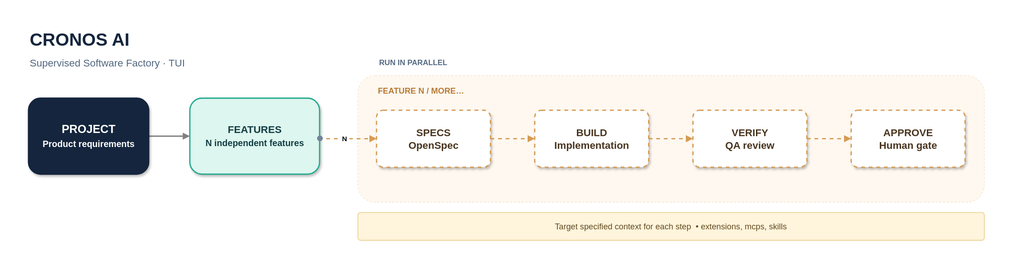
Before: design/workflow.svg, a diagram exported from draw.io (ixdi/cronos-ai). Source tidied: cells renumbered, new cells last; positions are measured from the earlier drawing's top-left corner, leaving out a move shared by most shapes.
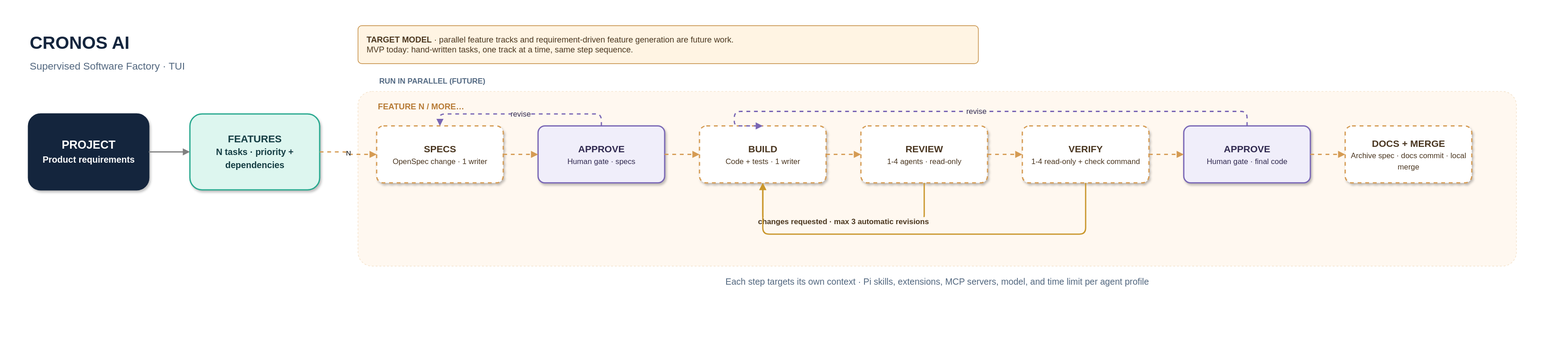
Above is the later version.

The edit, as a diff of the source:
```diff
@@ -6,60 +6,105 @@
       <mxGeometry width="205" height="44" as="geometry" />
     </mxCell>
     <mxCell id="3" value="Supervised Software Factory · TUI" style="text;html=1;strokeColor=none;fillColor=none;align=left;verticalAlign=middle;fontColor=#52677F;fontSize=16;" parent="1" vertex="1">
-      <mxGeometry y="44" width="278" height="30" as="geometry" />
+      <mxGeometry y="44" width="300" height="30" as="geometry" />
     </mxCell>
+    <mxCell id="21" value="&lt;b&gt;TARGET MODEL&lt;/b&gt; · parallel feature tracks and requirement-driven feature generation are future work.&lt;br&gt;MVP today: hand-written tasks, one track at a time, same step sequence." style="rounded=1;arcSize=10;whiteSpace=wrap;html=1;fillColor=#FFF4E3;strokeColor=#C38A3E;fontColor=#4B371F;fontSize=13;align=left;spacingLeft=12;" parent="1" vertex="1">
+      <mxGeometry x="520" y="-5" width="980" height="60" as="geometry" />
+    </mxCell>
-    <mxCell id="4" value="RUN IN PARALLEL" style="text;html=1;strokeColor=none;fillColor=none;align=left;verticalAlign=middle;fontColor=#546A83;fontSize=12;fontStyle=1;spacingLeft=2;" parent="1" vertex="1">
-      <mxGeometry x="550" y="45" width="205" height="28" as="geometry" />
+    <mxCell id="4" value="RUN IN PARALLEL (FUTURE)" style="text;html=1;strokeColor=none;fillColor=none;align=left;verticalAlign=middle;fontColor=#546A83;fontSize=12;fontStyle=1;spacingLeft=2;" parent="1" vertex="1">
+      <mxGeometry x="550" y="69" width="260" height="28" as="geometry" />
     </mxCell>
-    <mxCell id="5" style="rounded=1;arcSize=14;whiteSpace=wrap;html=1;fillColor=#FFF8F0;strokeColor=#F4E2CA;strokeWidth=1;dashed=1;" parent="1" vertex="1">
-      <mxGeometry x="520" y="79" width="990" height="200" as="geometry" />
+    <mxCell id="5" style="rounded=1;arcSize=8;whiteSpace=wrap;html=1;fillColor=#FFF8F0;strokeColor=#F4E2CA;strokeWidth=1;dashed=1;" parent="1" vertex="1">
+      <mxGeometry x="520" y="99" width="1830" height="276" as="geometry" />
     </mxCell>
-    <mxCell id="6" style="edgeStyle=orthogonalEdgeStyle;rounded=0;jettySize=auto;html=1;endArrow=block;endFill=1;fillColor=#647687;strokeColor=#808080;strokeWidth=2;" parent="1" edge="1" source="7" target="8">
-      <mxGeometry relative="1" as="geometry" />
-    </mxCell>
     <mxCell id="7" value="PROJECT&lt;br&gt;&lt;font style=&quot;font-size: 14px;&quot;&gt;Product requirements&lt;/font&gt;" style="rounded=1;arcSize=16;whiteSpace=wrap;html=1;fillColor=#14253D;strokeColor=#14253D;strokeWidth=2;fontColor=#FFFFFF;fontSize=18;fontStyle=1;align=center;verticalAlign=middle;spacing=10;shadow=1;" parent="1" vertex="1">
-      <mxGeometry y="115" width="190" height="120" as="geometry" />
+      <mxGeometry y="135" width="190" height="120" as="geometry" />
     </mxCell>
-    <mxCell id="8" value="&lt;font style=&quot;font-size: 16px;&quot;&gt;FEATURES&lt;/font&gt;&lt;br&gt;&lt;font style=&quot;font-size: 14px;&quot;&gt;N independent features&lt;/font&gt;" style="rounded=1;arcSize=16;whiteSpace=wrap;html=1;fillColor=#DDF6EF;strokeColor=#26A88E;strokeWidth=2;fontColor=#143D43;fontSize=17;fontStyle=1;align=center;verticalAlign=middle;spacing=10;shadow=1;" parent="1" vertex="1">
-      <mxGeometry x="255" y="115" width="205" height="120" as="geometry" />
+    <mxCell id="8" value="&lt;font style=&quot;font-size: 16px;&quot;&gt;FEATURES&lt;/font&gt;&lt;br&gt;&lt;font style=&quot;font-size: 14px;&quot;&gt;N tasks · priority + dependencies&lt;/font&gt;" style="rounded=1;arcSize=16;whiteSpace=wrap;html=1;fillColor=#DDF6EF;strokeColor=#26A88E;strokeWidth=2;fontColor=#143D43;fontSize=17;fontStyle=1;align=center;verticalAlign=middle;spacing=10;shadow=1;" parent="1" vertex="1">
+      <mxGeometry x="255" y="135" width="205" height="120" as="geometry" />
     </mxCell>
     <mxCell id="9" value="FEATURE N / MORE…" style="text;html=1;strokeColor=none;fillColor=none;align=left;verticalAlign=middle;fontColor=#B77B36;fontSize=13;fontStyle=1;" parent="1" vertex="1">
-      <mxGeometry x="550" y="91" width="160" height="24" as="geometry" />
+      <mxGeometry x="550" y="111" width="200" height="24" as="geometry" />
     </mxCell>
-    <mxCell id="10" value="SPECS&#10;OpenSpec" style="rounded=1;arcSize=12;whiteSpace=wrap;html=1;fillColor=#FFFFFF;strokeColor=#D59B53;strokeWidth=2;fontColor=#49351F;fontSize=16;fontStyle=1;align=center;verticalAlign=middle;spacing=8;shadow=1;dashed=1;" parent="1" vertex="1">
-      <mxGeometry x="550" y="134" width="180" height="90" as="geometry" />
+    <mxCell id="10" value="SPECS&lt;br&gt;&lt;font style=&quot;font-size: 12px; font-weight: normal;&quot;&gt;OpenSpec change · 1 writer&lt;/font&gt;" style="rounded=1;arcSize=12;whiteSpace=wrap;html=1;fillColor=#FFFFFF;strokeColor=#D59B53;strokeWidth=2;fontColor=#49351F;fontSize=15;fontStyle=1;align=center;verticalAlign=middle;spacing=8;shadow=1;dashed=1;" parent="1" vertex="1">
+      <mxGeometry x="550" y="154" width="200" height="90" as="geometry" />
     </mxCell>
+    <mxCell id="22" value="APPROVE&lt;br&gt;&lt;font style=&quot;font-size: 12px; font-weight: normal;&quot;&gt;Human gate · specs&lt;/font&gt;" style="rounded=1;arcSize=12;whiteSpace=wrap;html=1;fillColor=#F0EEFA;strokeColor=#7966B5;strokeWidth=2;fontColor=#302950;fontSize=15;fontStyle=1;align=center;verticalAlign=middle;spacing=8;shadow=1;" parent="1" vertex="1">
+      <mxGeometry x="805" y="154" width="200" height="90" as="geometry" />
+    </mxCell>
-    <mxCell id="11" value="BUILD&#10;Implementation" style="rounded=1;arcSize=12;whiteSpace=wrap;html=1;fillColor=#FFFFFF;strokeColor=#D59B53;strokeWidth=2;fontColor=#49351F;fontSize=16;fontStyle=1;align=center;verticalAlign=middle;spacing=8;shadow=1;dashed=1;" parent="1" vertex="1">
-      <mxGeometry x="800" y="134" width="180" height="90" as="geometry" />
+    <mxCell id="11" value="BUILD&lt;br&gt;&lt;font style=&quot;font-size: 12px; font-weight: normal;&quot;&gt;Code + tests · 1 writer&lt;/font&gt;" style="rounded=1;arcSize=12;whiteSpace=wrap;html=1;fillColor=#FFFFFF;strokeColor=#D59B53;strokeWidth=2;fontColor=#49351F;fontSize=15;fontStyle=1;align=center;verticalAlign=middle;spacing=8;shadow=1;dashed=1;" parent="1" vertex="1">
+      <mxGeometry x="1060" y="154" width="200" height="90" as="geometry" />
     </mxCell>
+    <mxCell id="23" value="REVIEW&lt;br&gt;&lt;font style=&quot;font-size: 12px; font-weight: normal;&quot;&gt;1-4 agents · read-only&lt;/font&gt;" style="rounded=1;arcSize=12;whiteSpace=wrap;html=1;fillColor=#FFFFFF;strokeColor=#D59B53;strokeWidth=2;fontColor=#49351F;fontSize=15;fontStyle=1;align=center;verticalAlign=middle;spacing=8;shadow=1;dashed=1;" parent="1" vertex="1">
+      <mxGeometry x="1315" y="154" width="200" height="90" as="geometry" />
+    </mxCell>
-    <mxCell id="12" value="VERIFY&lt;br&gt;QA review" style="rounded=1;arcSize=12;whiteSpace=wrap;html=1;fillColor=#FFFFFF;strokeColor=#D59B53;strokeWidth=2;fontColor=#49351F;fontSize=16;fontStyle=1;align=center;verticalAlign=middle;spacing=8;shadow=1;dashed=1;" parent="1" vertex="1">
-      <mxGeometry x="1050" y="134" width="180" height="90" as="geometry" />
+    <mxCell id="12" value="VERIFY&lt;br&gt;&lt;font style=&quot;font-size: 12px; font-weight: normal;&quot;&gt;1-4 read-only + check command&lt;/font&gt;" style="rounded=1;arcSize=12;whiteSpace=wrap;html=1;fillColor=#FFFFFF;strokeColor=#D59B53;strokeWidth=2;fontColor=#49351F;fontSize=15;fontStyle=1;align=center;verticalAlign=middle;spacing=8;shadow=1;dashed=1;" parent="1" vertex="1">
+      <mxGeometry x="1570" y="154" width="200" height="90" as="geometry" />
     </mxCell>
-    <mxCell id="13" value="APPROVE&#10;Human gate" style="rounded=1;arcSize=12;whiteSpace=wrap;html=1;fillColor=#FFFFFF;strokeColor=#D59B53;strokeWidth=2;fontColor=#49351F;fontSize=16;fontStyle=1;align=center;verticalAlign=middle;spacing=8;shadow=1;dashed=1;" parent="1" vertex="1">
-      <mxGeometry x="1300" y="134" width="180" height="90" as="geometry" />
-    </mxCell>
+    <mxCell id="24" value="APPROVE&lt;br&gt;&lt;font style=&quot;font-size: 12px; font-weight: normal;&quot;&gt;Human gate · final code&lt;/font&gt;" style="rounded=1;arcSize=12;whiteSpace=wrap;html=1;fillColor=#F0EEFA;strokeColor=#7966B5;strokeWidth=2;fontColor=#302950;fontSize=15;fontStyle=1;align=center;verticalAlign=middle;spacing=8;shadow=1;" parent="1" vertex="1">
+      <mxGeometry x="1825" y="154" width="200" height="90" as="geometry" />
+    </mxCell>
+    <mxCell id="25" value="DOCS + MERGE&lt;br&gt;&lt;font style=&quot;font-size: 12px; font-weight: normal;&quot;&gt;Archive spec · docs commit · local merge&lt;/font&gt;" style="rounded=1;arcSize=12;whiteSpace=wrap;html=1;fillColor=#FFFFFF;strokeColor=#D59B53;strokeWidth=2;fontColor=#49351F;fontSize=15;fontStyle=1;align=center;verticalAlign=middle;spacing=8;shadow=1;dashed=1;" parent="1" vertex="1">
+      <mxGeometry x="2080" y="154" width="200" height="90" as="geometry" />
+    </mxCell>
+    <mxCell id="6" style="edgeStyle=orthogonalEdgeStyle;rounded=0;jettySize=auto;html=1;endArrow=block;endFill=1;strokeColor=#808080;strokeWidth=2;" parent="1" edge="1" source="7" target="8">
+      <mxGeometry relative="1" as="geometry" />
+    </mxCell>
-    <mxCell id="14" style="edgeStyle=orthogonalEdgeStyle;rounded=1;jettySize=auto;html=1;strokeColor=#D59B53;strokeWidth=2;endArrow=block;endFill=1;dashed=1;exitX=0.993;exitY=0.533;entryX=0;entryY=0.5;exitDx=0;exitDy=0;exitPerimeter=0;" parent="1" edge="1" source="8" target="10">
+    <mxCell id="14" value="N" style="edgeStyle=orthogonalEdgeStyle;rounded=1;jettySize=auto;html=1;strokeColor=#D59B53;strokeWidth=2;endArrow=block;endFill=1;dashed=1;exitX=1;exitY=0.5;entryX=0;entryY=0.5;" parent="1" edge="1" source="8" target="10">
       <mxGeometry relative="1" as="geometry" />
     </mxCell>
-    <mxCell id="15" value="&amp;nbsp;&lt;b&gt;N&lt;/b&gt;&amp;nbsp;" style="edgeLabel;html=1;align=center;verticalAlign=middle;" parent="14" vertex="1">
-      <mxGeometry x="-0.27" relative="1" as="geometry">
-        <mxPoint x="7" as="offset" />
-      </mxGeometry>
-    </mxCell>
+    <mxCell id="26" style="edgeStyle=orthogonalEdgeStyle;rounded=1;jettySize=auto;html=1;strokeColor=#D59B53;strokeWidth=2;endArrow=block;endFill=1;dashed=1;exitX=1;exitY=0.5;entryX=0;entryY=0.5;" parent="1" edge="1" source="10" target="22">
+      <mxGeometry relative="1" as="geometry" />
+    </mxCell>
-    <mxCell id="16" style="edgeStyle=orthogonalEdgeStyle;rounded=1;jettySize=auto;html=1;strokeColor=#D59B53;strokeWidth=2;endArrow=block;endFill=1;dashed=1;exitX=1;exitY=0.5;entryX=0;entryY=0.5;" parent="1" edge="1" source="10" target="11">
+    <mxCell id="16" style="edgeStyle=orthogonalEdgeStyle;rounded=1;jettySize=auto;html=1;strokeColor=#D59B53;strokeWidth=2;endArrow=block;endFill=1;dashed=1;exitX=1;exitY=0.5;entryX=0;entryY=0.5;" parent="1" edge="1" source="22" target="11">
       <mxGeometry relative="1" as="geometry" />
     </mxCell>
-    <mxCell id="17" style="edgeStyle=orthogonalEdgeStyle;rounded=1;jettySize=auto;html=1;strokeColor=#D59B53;strokeWidth=2;endArrow=block;endFill=1;dashed=1;exitX=1;exitY=0.5;entryX=0;entryY=0.5;" parent="1" edge="1" source="11" target="12">
+    <mxCell id="17" style="edgeStyle=orthogonalEdgeStyle;rounded=1;jettySize=auto;html=1;strokeColor=#D59B53;strokeWidth=2;endArrow=block;endFill=1;dashed=1;exitX=1;exitY=0.5;entryX=0;entryY=0.5;" parent="1" edge="1" source="11" target="23">
       <mxGeometry relative="1" as="geometry" />
     </mxCell>
-    <mxCell id="18" style="edgeStyle=orthogonalEdgeStyle;rounded=1;jettySize=auto;html=1;strokeColor=#D59B53;strokeWidth=2;endArrow=block;endFill=1;dashed=1;exitX=1;exitY=0.5;entryX=0;entryY=0.5;" parent="1" edge="1" source="12" target="13">
+    <mxCell id="18" style="edgeStyle=orthogonalEdgeStyle;rounded=1;jettySize=auto;html=1;strokeColor=#D59B53;strokeWidth=2;endArrow=block;endFill=1;dashed=1;exitX=1;exitY=0.5;entryX=0;entryY=0.5;" parent="1" edge="1" source="23" target="12">
       <mxGeometry relative="1" as="geometry" />
     </mxCell>
-    <mxCell id="19" style="ellipse;whiteSpace=wrap;html=1;fillColor=#71849B;strokeColor=#71849B;" parent="1" vertex="1">
-      <mxGeometry x="456" y="174" width="8" height="8" as="geometry" />
-    </mxCell>
-    <mxCell id="20" value="Target specified context for each step&amp;nbsp; • extensions, mcps, skills" style="rounded=1;arcSize=10;whiteSpace=wrap;html=1;fillColor=#FFF4DC;strokeColor=#E8C87B;strokeWidth=1;fontColor=#624B1F;fontSize=13;align=center;verticalAlign=middle;spacing=8;" parent="1" vertex="1">
-      <mxGeometry x="520" y="295" width="990" height="44" as="geometry" />
-    </mxCell>
+    <mxCell id="27" style="edgeStyle=orthogonalEdgeStyle;rounded=1;jettySize=auto;html=1;strokeColor=#D59B53;strokeWidth=2;endArrow=block;endFill=1;dashed=1;exitX=1;exitY=0.5;entryX=0;entryY=0.5;" parent="1" edge="1" source="12" target="24">
+      <mxGeometry relative="1" as="geometry" />
+    </mxCell>
+    <mxCell id="28" style="edgeStyle=orthogonalEdgeStyle;rounded=1;jettySize=auto;html=1;strokeColor=#D59B53;strokeWidth=2;endArrow=block;endFill=1;dashed=1;exitX=1;exitY=0.5;entryX=0;entryY=0.5;" parent="1" edge="1" source="24" target="25">
+      <mxGeometry relative="1" as="geometry" />
+    </mxCell>
+    <mxCell id="29" value="changes requested · max 3 automatic revisions" style="edgeStyle=orthogonalEdgeStyle;rounded=1;jettySize=auto;html=1;strokeColor=#C9962B;strokeWidth=2;endArrow=block;endFill=1;exitX=0.5;exitY=1;entryX=0.5;entryY=1;fontColor=#4B371F;fontSize=12;fontStyle=1;labelBackgroundColor=#FFF8F0;" parent="1" edge="1" source="23" target="11">
+      <mxGeometry relative="1" as="geometry">
+        <Array as="points">
+          <mxPoint x="1370" y="305" />
+          <mxPoint x="1115" y="305" />
+        </Array>
+      </mxGeometry>
+    </mxCell>
+    <mxCell id="30" style="edgeStyle=orthogonalEdgeStyle;rounded=1;jettySize=auto;html=1;strokeColor=#C9962B;strokeWidth=2;endArrow=block;endFill=1;exitX=0.5;exitY=1;entryX=0.5;entryY=1;fontColor=#4B371F;fontSize=12;fontStyle=1;labelBackgroundColor=#FFF8F0;" parent="1" edge="1" source="12" target="11">
+      <mxGeometry relative="1" as="geometry">
+        <Array as="points">
+          <mxPoint x="1625" y="325" />
+          <mxPoint x="1115" y="325" />
+        </Array>
+      </mxGeometry>
+    </mxCell>
+    <mxCell id="31" value="revise" style="edgeStyle=orthogonalEdgeStyle;rounded=1;jettySize=auto;html=1;strokeColor=#7966B5;strokeWidth=2;endArrow=block;endFill=1;exitX=0.5;exitY=0;entryX=0.5;entryY=0;fontColor=#302950;fontSize=12;labelBackgroundColor=#FFF8F0;dashed=1;" parent="1" edge="1" source="22" target="10">
+      <mxGeometry relative="1" as="geometry">
+        <Array as="points">
+          <mxPoint x="905" y="135" />
+          <mxPoint x="650" y="135" />
+        </Array>
+      </mxGeometry>
+    </mxCell>
+    <mxCell id="32" value="revise" style="edgeStyle=orthogonalEdgeStyle;rounded=1;jettySize=auto;html=1;strokeColor=#7966B5;strokeWidth=2;endArrow=block;endFill=1;exitX=0.5;exitY=0;entryX=0.5;entryY=0;fontColor=#302950;fontSize=12;labelBackgroundColor=#FFF8F0;dashed=1;" parent="1" edge="1" source="24" target="11">
+      <mxGeometry relative="1" as="geometry">
+        <Array as="points">
+          <mxPoint x="1925" y="131" />
+          <mxPoint x="1115" y="131" />
+        </Array>
+      </mxGeometry>
+    </mxCell>
+    <mxCell id="33" value="Each step targets its own context · Pi skills, extensions, MCP servers, model, and time limit per agent profile" style="text;html=1;strokeColor=none;fillColor=none;align=left;verticalAlign=middle;fontColor=#52677F;fontSize=14;align=center;" parent="1" vertex="1">
+      <mxGeometry x="520" y="385" width="1830" height="30" as="geometry" />
+    </mxCell>
   </root>
 </mxGraphModel>
```
